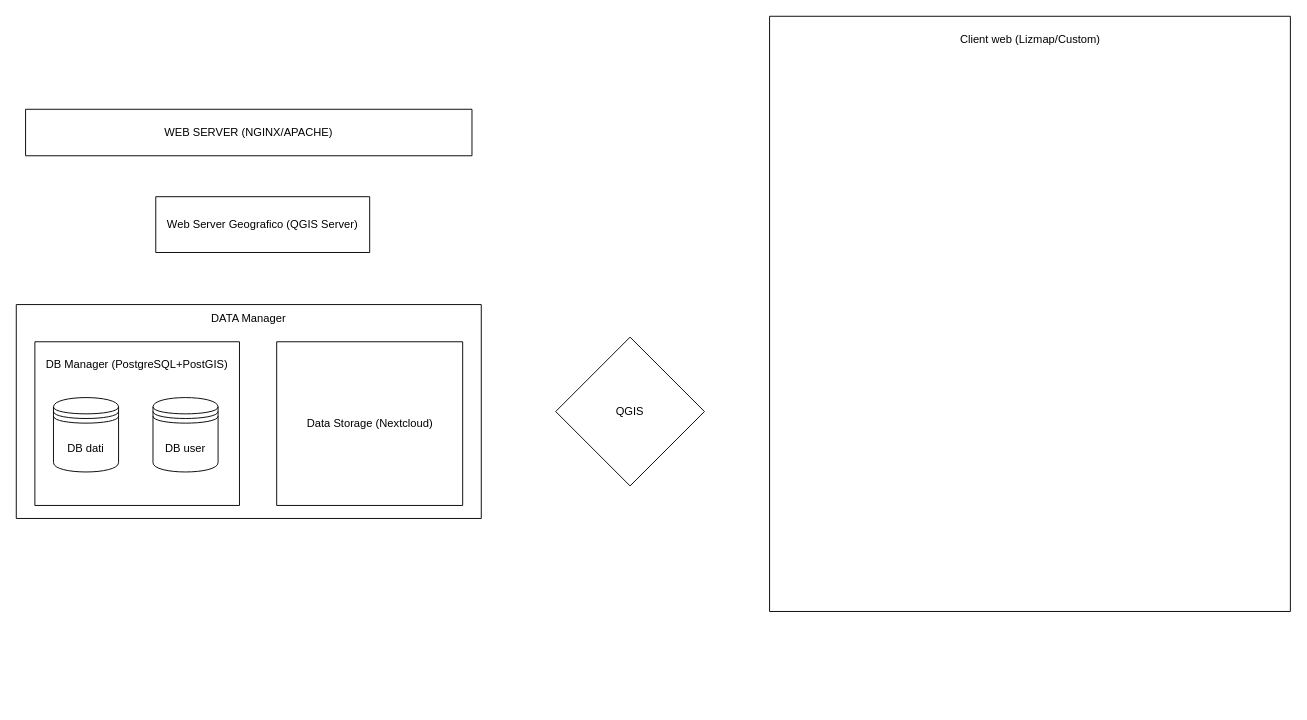
Before: Diagramma senza titolo.drawio in gtergeomatica/mappe_online, a draw.io diagram. Source tidied: cells renumbered, new cells numbered last; positions are measured from the earlier drawing's top-left corner, leaving out a move shared by most shapes. Both pictures are drawn from the tidied source at 93%, with x=0, y=0 at pixel (16, 16).
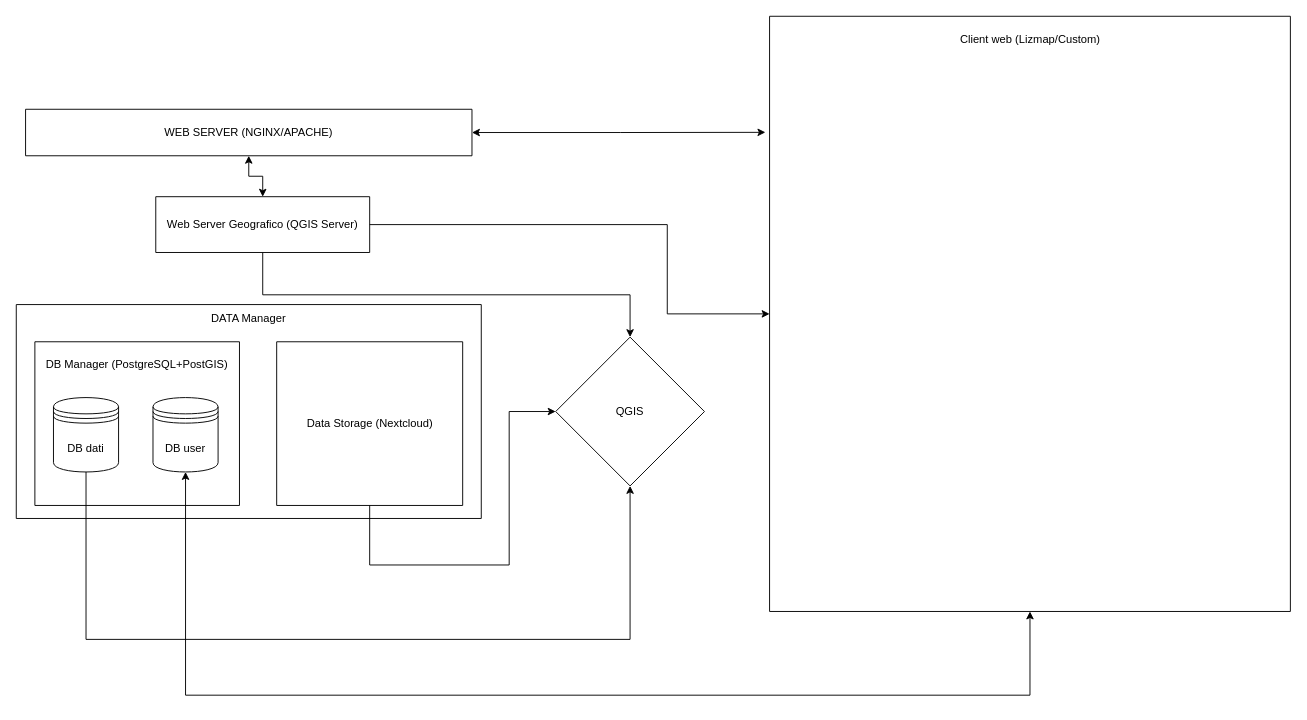
The same page after the edit.

The change refers to these unchanged cells:
```xml
<mxCell id="2" style="swimlane;startSize=0;" parent="1" vertex="1">
  <mxGeometry x="10" y="100" width="480" height="50" as="geometry" />
</mxCell>
<mxCell id="4" style="swimlane;startSize=0;" parent="1" vertex="1">
  <mxGeometry x="150" y="194" width="230" height="60" as="geometry" />
</mxCell>
<mxCell id="7" style="swimlane;startSize=0;" parent="6" vertex="1">
  <mxGeometry x="280" y="40" width="200" height="176" as="geometry" />
</mxCell>
<mxCell id="10" style="shape=datastore;whiteSpace=wrap;html=1;" parent="9" vertex="1">
  <mxGeometry x="20" y="60" width="70" height="80" as="geometry" />
</mxCell>
<mxCell id="12" style="shape=datastore;whiteSpace=wrap;html=1;" parent="9" vertex="1">
  <mxGeometry x="127" y="60" width="70" height="80" as="geometry" />
</mxCell>
<mxCell id="16" style="swimlane;startSize=0;" parent="1" vertex="1">
  <mxGeometry x="810" width="560" height="640" as="geometry" />
</mxCell>
<mxCell id="18" value="QGIS" style="rhombus;whiteSpace=wrap;html=1;" parent="1" vertex="1">
  <mxGeometry x="580" y="345" width="160" height="160" as="geometry" />
</mxCell>
```

What changed in the source:
```diff
@@
+    <mxCell id="19" style="edgeStyle=orthogonalEdgeStyle;rounded=0;jettySize=auto;html=1;exitX=0.5;exitY=1;exitDx=0;exitDy=0;entryX=0.5;entryY=0;entryDx=0;entryDy=0;startArrow=classic;startFill=1;" parent="1" edge="1" source="2" target="4">
+      <mxGeometry relative="1" as="geometry" />
+    </mxCell>
@@
+    <mxCell id="20" style="edgeStyle=orthogonalEdgeStyle;rounded=0;jettySize=auto;html=1;exitX=0.5;exitY=1;exitDx=0;exitDy=0;entryX=0.5;entryY=0;entryDx=0;entryDy=0;" parent="1" edge="1" source="4" target="18">
+      <mxGeometry relative="1" as="geometry" />
+    </mxCell>
+    <mxCell id="21" style="edgeStyle=orthogonalEdgeStyle;rounded=0;jettySize=auto;html=1;exitX=1;exitY=0.5;exitDx=0;exitDy=0;entryX=0;entryY=0.5;entryDx=0;entryDy=0;" parent="1" edge="1" source="4" target="16">
+      <mxGeometry relative="1" as="geometry">
+        <Array as="points">
+          <mxPoint x="700" y="224" />
+          <mxPoint x="700" y="320" />
+        </Array>
+      </mxGeometry>
+    </mxCell>
@@
+    <mxCell id="22" style="edgeStyle=orthogonalEdgeStyle;rounded=0;jettySize=auto;html=1;exitX=0.5;exitY=1;exitDx=0;exitDy=0;entryX=0.5;entryY=1;entryDx=0;entryDy=0;" parent="1" edge="1" source="10" target="18">
+      <mxGeometry relative="1" as="geometry">
+        <Array as="points">
+          <mxPoint x="75" y="670" />
+          <mxPoint x="660" y="670" />
+        </Array>
+      </mxGeometry>
+    </mxCell>
+    <mxCell id="23" style="edgeStyle=orthogonalEdgeStyle;rounded=0;jettySize=auto;html=1;exitX=0.5;exitY=1;exitDx=0;exitDy=0;" parent="1" edge="1" source="7" target="18">
+      <mxGeometry relative="1" as="geometry">
+        <Array as="points">
+          <mxPoint x="380" y="590" />
+          <mxPoint x="530" y="590" />
+          <mxPoint x="530" y="425" />
+        </Array>
+      </mxGeometry>
+    </mxCell>
+    <mxCell id="24" style="edgeStyle=orthogonalEdgeStyle;rounded=0;jettySize=auto;html=1;exitX=0.5;exitY=1;exitDx=0;exitDy=0;entryX=0.5;entryY=1;entryDx=0;entryDy=0;startArrow=classic;startFill=1;" parent="1" edge="1" source="12" target="16">
+      <mxGeometry relative="1" as="geometry">
+        <Array as="points">
+          <mxPoint x="182" y="730" />
+          <mxPoint x="1090" y="730" />
+        </Array>
+      </mxGeometry>
+    </mxCell>
+    <mxCell id="25" style="edgeStyle=orthogonalEdgeStyle;rounded=0;jettySize=auto;html=1;exitX=1;exitY=0.5;exitDx=0;exitDy=0;entryX=-0.008;entryY=0.195;entryDx=0;entryDy=0;entryPerimeter=0;startArrow=classic;startFill=1;" parent="1" edge="1" source="2" target="16">
+      <mxGeometry relative="1" as="geometry" />
+    </mxCell>
```
